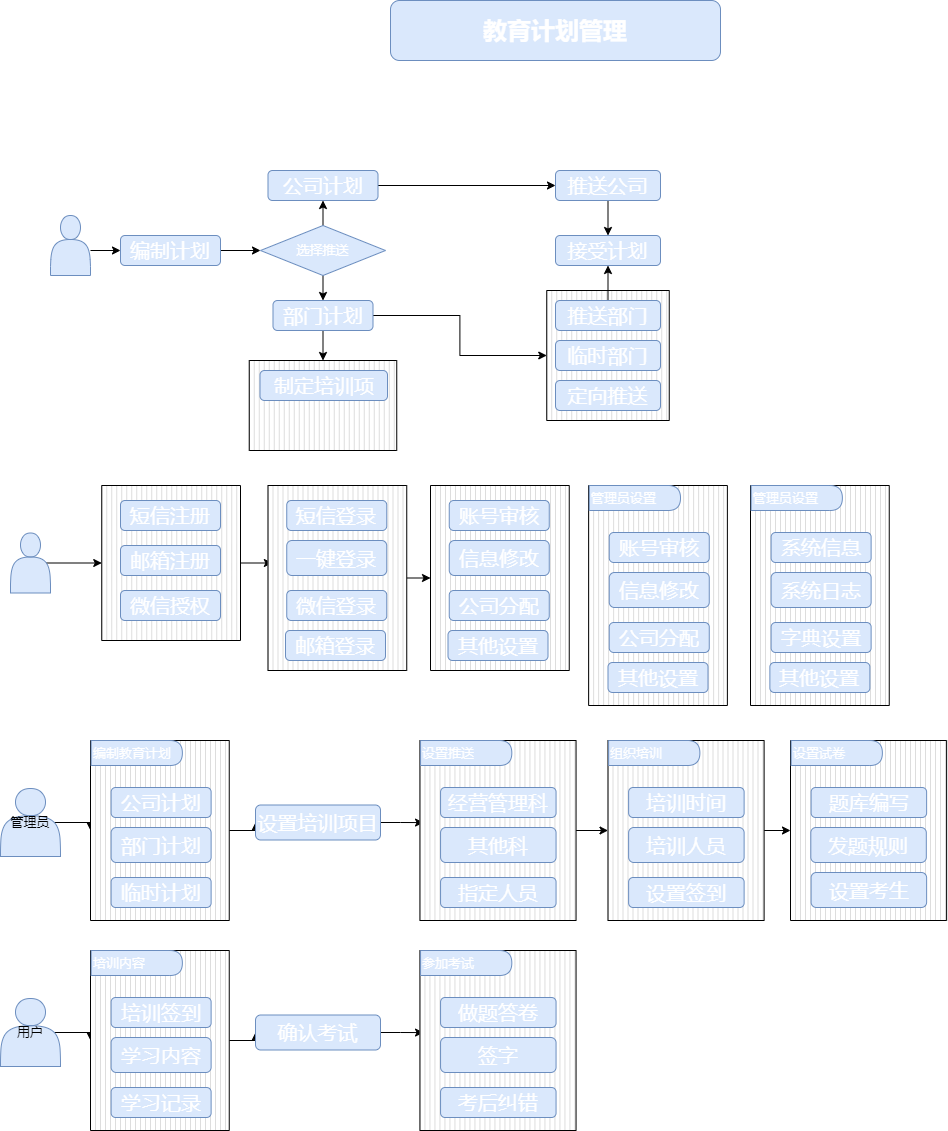
The draw.io diagram Untitled Diagram.drawio.png in lenonjone/Toolkits, before a commit. Source tidied: cells renumbered, new cells last; positions are measured from the earlier drawing's top-left corner, leaving out a move shared by most shapes.
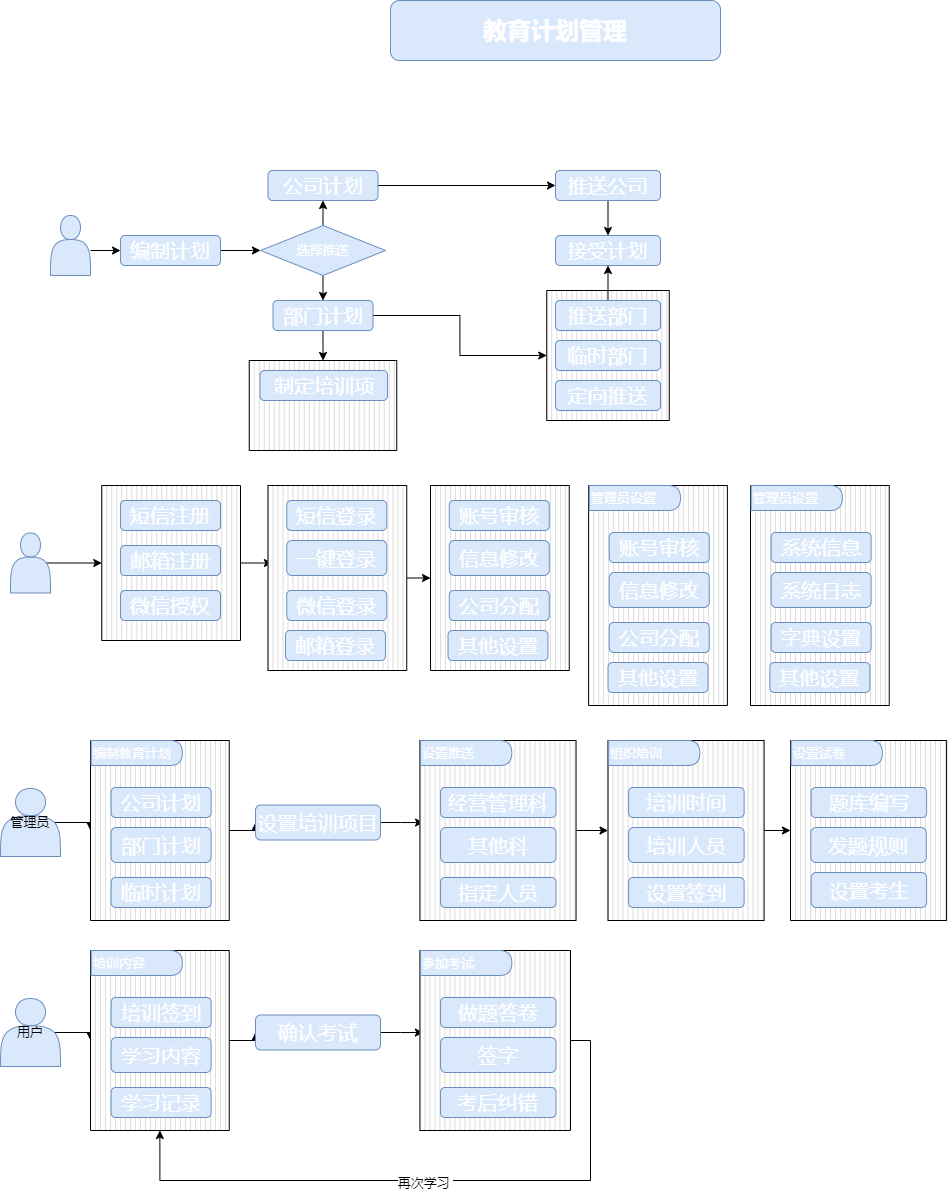
The same diagram one commit later.

Change to the diagram source:
```diff
@@ -274,8 +274,20 @@
     <mxCell id="91" value="确认考试" style="rounded=1;whiteSpace=wrap;html=1;fillColor=#dae8fc;strokeColor=#6c8ebf;fontColor=#FFFFFF;fontStyle=0;fontSize=20;" parent="1" vertex="1">
       <mxGeometry x="255" y="1014.5" width="125" height="35" as="geometry" />
     </mxCell>
+    <mxCell id="97" style="edgeStyle=orthogonalEdgeStyle;rounded=0;jettySize=auto;html=1;exitX=1;exitY=0.5;exitDx=0;exitDy=0;exitPerimeter=0;entryX=0.5;entryY=1;entryDx=0;entryDy=0;entryPerimeter=0;fontSize=13;fontColor=#FFFFFF;" parent="1" edge="1" source="92" target="85">
+      <mxGeometry relative="1" as="geometry">
+        <Array as="points">
+          <mxPoint x="590" y="1040" />
+          <mxPoint x="590" y="1180" />
+          <mxPoint x="159" y="1180" />
+        </Array>
+      </mxGeometry>
+    </mxCell>
+    <mxCell id="98" value="&lt;font color=&quot;#000000&quot;&gt;再次学习&lt;/font&gt;t" style="edgeLabel;html=1;align=center;verticalAlign=middle;fontSize=13;fontColor=#FFFFFF;" parent="97" vertex="1">
+      <mxGeometry x="0.02" y="2" relative="1" as="geometry" />
+    </mxCell>
     <mxCell id="92" style="verticalLabelPosition=bottom;verticalAlign=top;html=1;shape=mxgraph.basic.patternFillRect;fillStyle=vert;step=5;fillStrokeWidth=0.2;fillStrokeColor=#dddddd;fontSize=13;fontColor=#FFFFFF;" parent="1" vertex="1">
-      <mxGeometry x="419.4" y="950" width="156.1" height="180" as="geometry" />
+      <mxGeometry x="419.4" y="950" width="150.6" height="180" as="geometry" />
     </mxCell>
     <mxCell id="93" value="做题答卷" style="rounded=1;whiteSpace=wrap;html=1;fillColor=#dae8fc;strokeColor=#6c8ebf;fontColor=#FFFFFF;fontStyle=0;fontSize=20;" parent="1" vertex="1">
       <mxGeometry x="440.1" y="997" width="115.5" height="30" as="geometry" />
```
